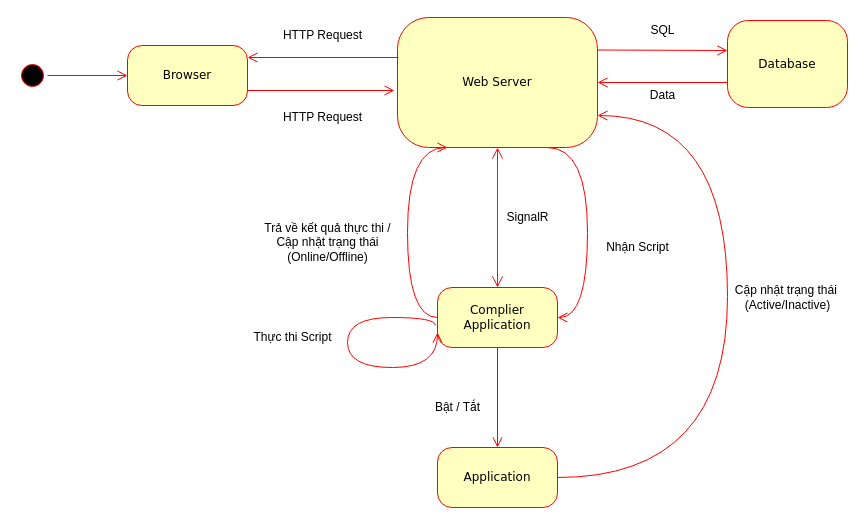
This is documents/implementations/Sơ đồ hình dung tổng thể/state.drawio from diennttlu/Graduation-Project, a draw.io file, before an edit. Source tidied: cells renumbered, new cells numbered last; positions are measured from the earlier drawing's top-left corner, leaving out a move shared by most shapes. Both pictures are drawn from the tidied source at 100%, with x=0, y=0 at pixel (17, 17).
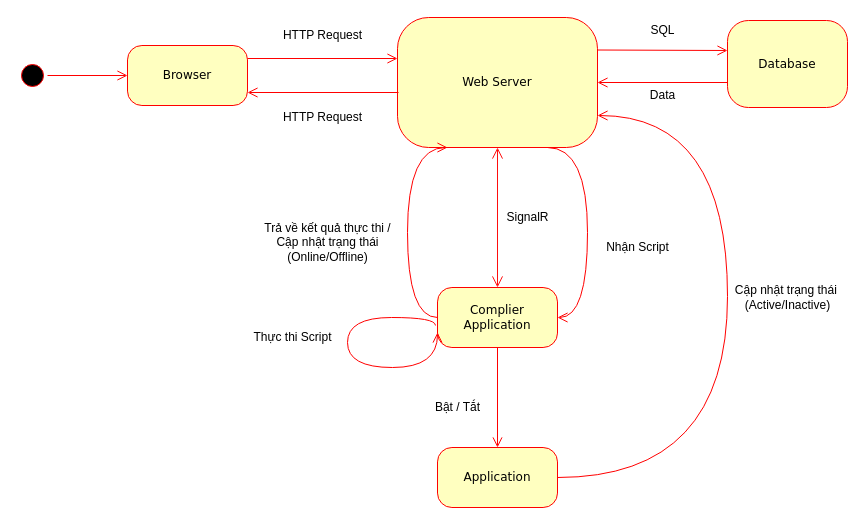
The same page after the edit.

Commit message (it also covers changes not shown here):
cập nhật state.drawio

Unchanged cells that the change refers to:
```xml
<mxCell id="4" value="Browser" style="rounded=1;whiteSpace=wrap;html=1;arcSize=24;fillColor=#ffffc0;strokeColor=#ff0000;shadow=0;comic=0;labelBackgroundColor=none;fontFamily=Verdana;fontSize=12;fontColor=#000000;align=center;" parent="1" vertex="1">
  <mxGeometry x="110" y="28" width="120" height="60" as="geometry" />
</mxCell>
```

The edit, as a diff of the source:
```diff
@@
     <mxCell id="9" style="html=1;labelBackgroundColor=none;endArrow=open;endSize=8;strokeColor=#ff0000;fontFamily=Verdana;fontSize=12;align=left;" parent="1" edge="1">
       <mxGeometry relative="1" as="geometry">
-        <mxPoint x="381" y="40" as="sourcePoint" />
-        <mxPoint x="230" y="40" as="targetPoint" />
+        <mxPoint x="381" y="75" as="sourcePoint" />
+        <mxPoint x="230" y="75" as="targetPoint" />
       </mxGeometry>
     </mxCell>
@@
-    <mxCell id="11" style="html=1;labelBackgroundColor=none;endArrow=open;endSize=8;strokeColor=#ff0000;fontFamily=Verdana;fontSize=12;align=left;exitX=1;exitY=0.75;exitDx=0;exitDy=0;" parent="1" edge="1" source="4">
+    <mxCell id="11" style="html=1;labelBackgroundColor=none;endArrow=open;endSize=8;strokeColor=#ff0000;fontFamily=Verdana;fontSize=12;align=left;exitX=1;exitY=0.75;exitDx=0;exitDy=0;" parent="1" edge="1">
       <mxGeometry relative="1" as="geometry">
-        <mxPoint x="377" y="73" as="targetPoint" />
+        <mxPoint x="230" y="41" as="sourcePoint" />
+        <mxPoint x="380" y="41" as="targetPoint" />
       </mxGeometry>
     </mxCell>
```
